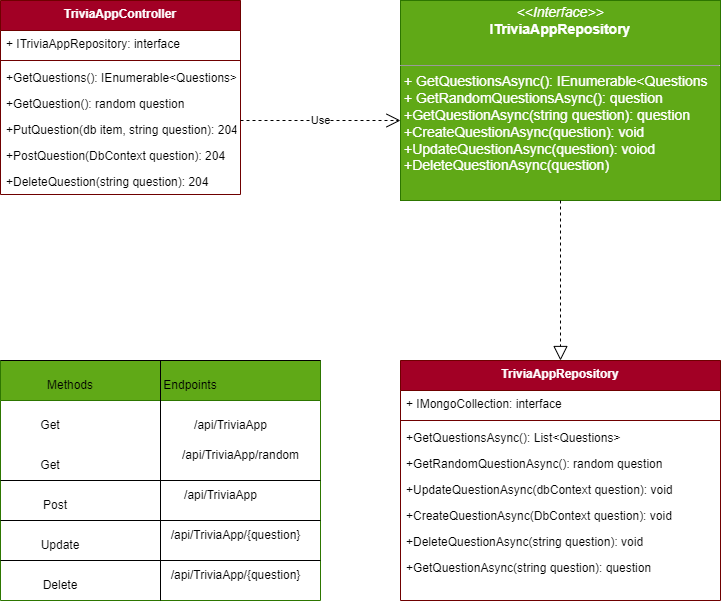
Above: trivia-app.drawio.png in tsxepo-web/TriviaApp (draw.io), before the change. Source tidied: cells renumbered, new cells last; positions are measured from the earlier drawing's top-left corner, leaving out a move shared by most shapes.
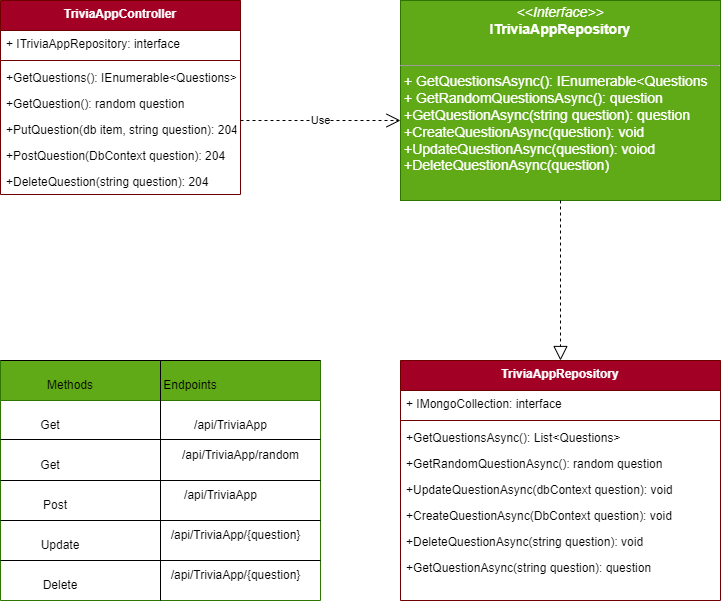
Later version of the same file.

Change to the diagram source:
```diff
@@ -121,6 +121,12 @@
     <mxCell id="37" value="/api/TriviaApp/{question}" style="text;html=1;align=center;verticalAlign=middle;strokeColor=none;fillColor=none;" parent="22" vertex="1">
       <mxGeometry x="160" y="200" width="150" height="30" as="geometry" />
     </mxCell>
+    <mxCell id="41" style="endArrow=none;html=1;exitX=1;exitY=0.5;exitDx=0;exitDy=0;" parent="22" edge="1">
+      <mxGeometry relative="1" as="geometry">
+        <mxPoint x="320" y="79" as="sourcePoint" />
+        <mxPoint y="79" as="targetPoint" />
+      </mxGeometry>
+    </mxCell>
     <mxCell id="38" style="endArrow=none;html=1;" parent="1" edge="1">
       <mxGeometry relative="1" as="geometry">
         <mxPoint x="320" y="360" as="sourcePoint" />
```
